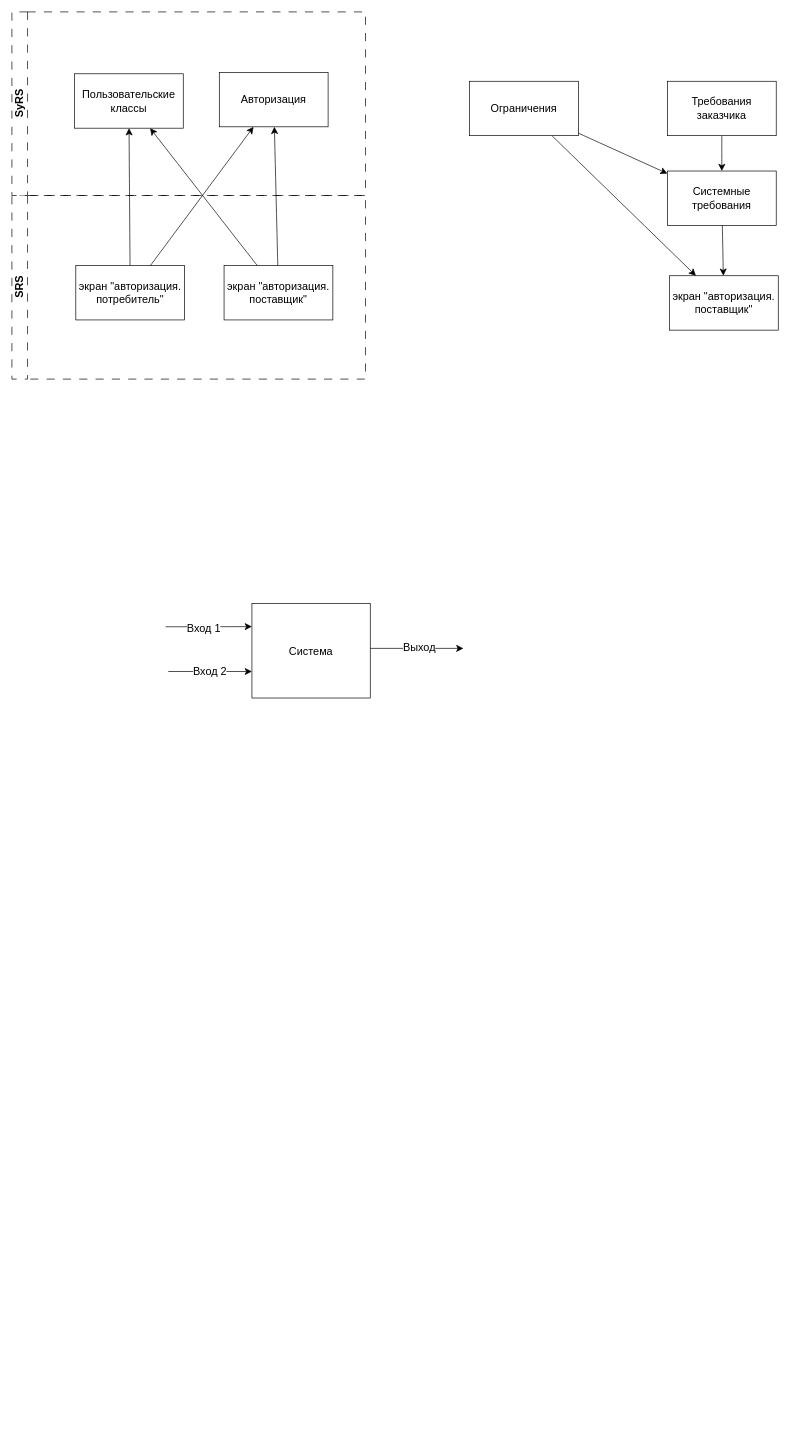
careock/diagrams keeps this draw.io diagram as page "SyRS" (4 of 5) of gudeline.drawio. Above is the earlier version. Source tidied: cells renumbered, new cells numbered last; positions are measured from the earlier drawing's top-left corner, leaving out a move shared by most shapes. Both pictures are drawn from the tidied source at 68%, with x=0, y=0 at pixel (12, 12).
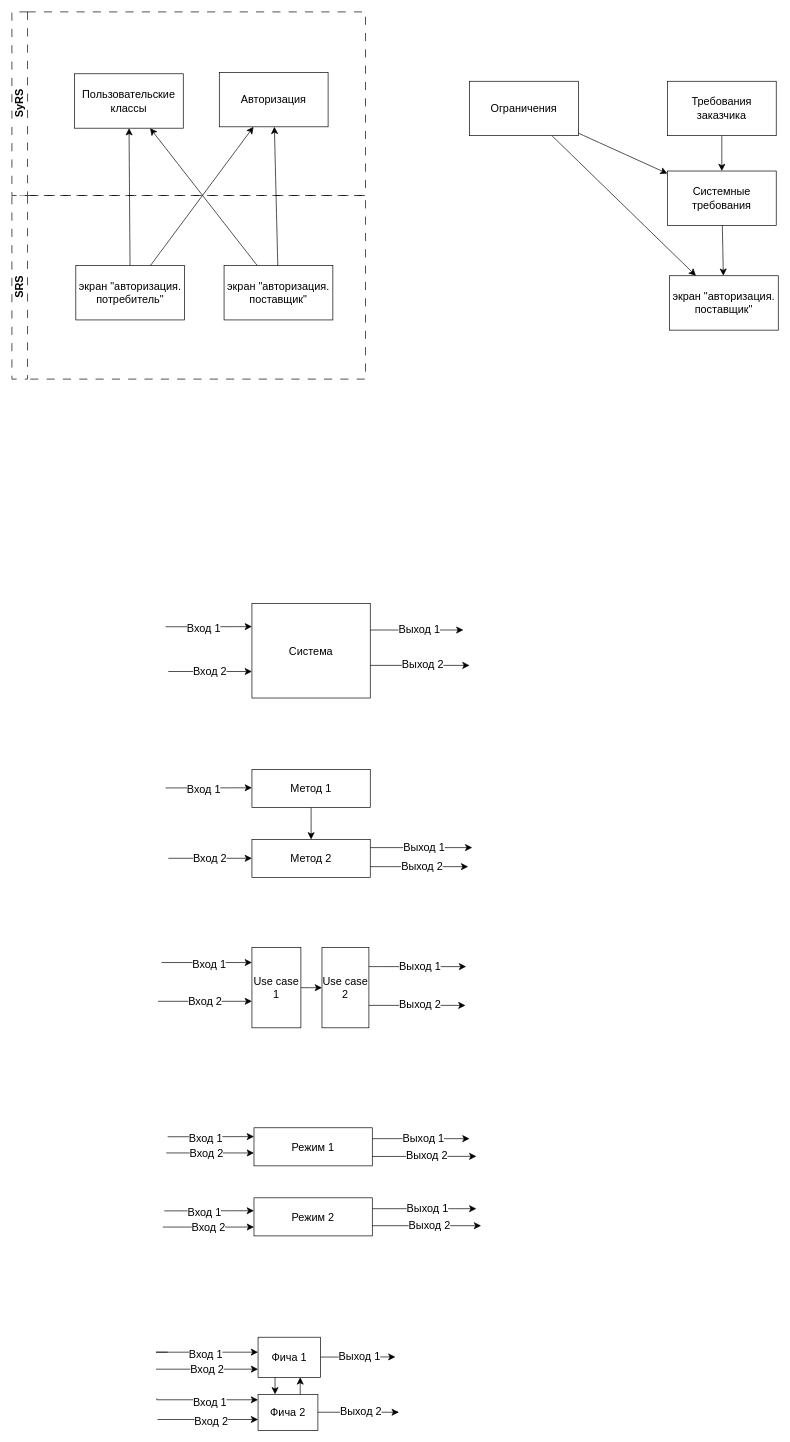
After the change.

The change refers to these unchanged cells:
```xml
<mxCell id="20" value="Система" style="rounded=0;whiteSpace=wrap;html=1;fontSize=16;" parent="1" vertex="1">
  <mxGeometry x="353" y="870" width="174" height="139" as="geometry" />
</mxCell>
```

Change to the diagram source:
```diff
@@
     <mxCell id="25" style="endArrow=classic;html=1;rounded=0;fontSize=12;startSize=8;endSize=8;edgeStyle=elbowEdgeStyle;elbow=vertical;" parent="1" edge="1">
       <mxGeometry relative="1" as="geometry">
-        <mxPoint x="527" y="936" as="sourcePoint" />
-        <mxPoint x="664" y="936" as="targetPoint" />
+        <mxPoint x="527" y="909" as="sourcePoint" />
+        <mxPoint x="664" y="909" as="targetPoint" />
         <Array as="points">
-          <mxPoint x="622" y="936" />
+          <mxPoint x="622" y="909" />
         </Array>
       </mxGeometry>
     </mxCell>
-    <mxCell id="26" value="Выход" style="edgeLabel;html=1;align=center;verticalAlign=middle;fontSize=16;" parent="25" vertex="1">
+    <mxCell id="26" value="Выход 1" style="edgeLabel;html=1;align=center;verticalAlign=middle;fontSize=16;" parent="25" vertex="1">
       <mxGeometry x="0.04" y="2" relative="1" as="geometry" />
     </mxCell>
+    <mxCell id="27" style="edgeStyle=none;curved=1;rounded=0;jettySize=auto;html=1;fontSize=12;startSize=8;endSize=8;" parent="1" edge="1" source="28" target="35">
+      <mxGeometry relative="1" as="geometry" />
+    </mxCell>
+    <mxCell id="28" value="Метод 1" style="rounded=0;whiteSpace=wrap;html=1;fontSize=16;" parent="1" vertex="1">
+      <mxGeometry x="353" y="1114" width="174" height="56" as="geometry" />
+    </mxCell>
+    <mxCell id="29" style="endArrow=classic;html=1;rounded=0;fontSize=12;startSize=8;endSize=8;edgeStyle=elbowEdgeStyle;elbow=horizontal;" parent="1" edge="1">
+      <mxGeometry relative="1" as="geometry">
+        <mxPoint x="226" y="1141.2" as="sourcePoint" />
+        <mxPoint x="353" y="1141" as="targetPoint" />
+      </mxGeometry>
+    </mxCell>
+    <mxCell id="30" value="Вход 1" style="edgeLabel;html=1;align=center;verticalAlign=middle;fontSize=16;" parent="29" vertex="1">
+      <mxGeometry x="0.17" y="-1" relative="1" as="geometry">
+        <mxPoint x="-18" as="offset" />
+      </mxGeometry>
+    </mxCell>
+    <mxCell id="31" style="endArrow=classic;html=1;rounded=0;fontSize=12;startSize=8;endSize=8;edgeStyle=elbowEdgeStyle;elbow=vertical;" parent="1" edge="1">
+      <mxGeometry relative="1" as="geometry">
+        <mxPoint x="230" y="1244.7" as="sourcePoint" />
+        <mxPoint x="353" y="1244.7" as="targetPoint" />
+        <Array as="points">
+          <mxPoint x="311" y="1244.7" />
+        </Array>
+      </mxGeometry>
+    </mxCell>
+    <mxCell id="32" value="Вход 2" style="edgeLabel;html=1;align=center;verticalAlign=middle;fontSize=16;" parent="31" vertex="1">
+      <mxGeometry x="-0.02" y="1" relative="1" as="geometry" />
+    </mxCell>
+    <mxCell id="33" style="endArrow=classic;html=1;rounded=0;fontSize=12;startSize=8;endSize=8;edgeStyle=elbowEdgeStyle;elbow=vertical;" parent="1" edge="1">
+      <mxGeometry relative="1" as="geometry">
+        <mxPoint x="527" y="1229" as="sourcePoint" />
+        <mxPoint x="677" y="1229.3" as="targetPoint" />
+      </mxGeometry>
+    </mxCell>
+    <mxCell id="34" value="Выход 1" style="edgeLabel;html=1;align=center;verticalAlign=middle;fontSize=16;" parent="33" vertex="1">
+      <mxGeometry x="0.04" y="2" relative="1" as="geometry" />
+    </mxCell>
+    <mxCell id="35" value="Метод 2" style="rounded=0;whiteSpace=wrap;html=1;fontSize=16;" parent="1" vertex="1">
+      <mxGeometry x="353" y="1217" width="174" height="56" as="geometry" />
+    </mxCell>
+    <mxCell id="36" style="endArrow=classic;html=1;rounded=0;fontSize=12;startSize=8;endSize=8;edgeStyle=elbowEdgeStyle;elbow=vertical;" parent="1" edge="1">
+      <mxGeometry relative="1" as="geometry">
+        <mxPoint x="215" y="1455" as="sourcePoint" />
+        <mxPoint x="353" y="1455" as="targetPoint" />
+        <Array as="points">
+          <mxPoint x="296" y="1455" />
+        </Array>
+      </mxGeometry>
+    </mxCell>
+    <mxCell id="37" value="Вход 2" style="edgeLabel;html=1;align=center;verticalAlign=middle;fontSize=16;" parent="36" vertex="1">
+      <mxGeometry x="-0.02" y="1" relative="1" as="geometry" />
+    </mxCell>
+    <mxCell id="38" style="edgeStyle=none;curved=1;rounded=0;jettySize=auto;html=1;fontSize=12;startSize=8;endSize=8;" parent="1" edge="1" source="39" target="40">
+      <mxGeometry relative="1" as="geometry" />
+    </mxCell>
+    <mxCell id="39" value="Use case 1" style="rounded=0;whiteSpace=wrap;html=1;fontSize=16;" parent="1" vertex="1">
+      <mxGeometry x="353" y="1376" width="72" height="118" as="geometry" />
+    </mxCell>
+    <mxCell id="40" value="Use case 2" style="rounded=0;whiteSpace=wrap;html=1;fontSize=16;" parent="1" vertex="1">
+      <mxGeometry x="456" y="1376" width="69" height="118" as="geometry" />
+    </mxCell>
+    <mxCell id="41" style="endArrow=classic;html=1;rounded=0;fontSize=12;startSize=8;endSize=8;edgeStyle=elbowEdgeStyle;elbow=vertical;" parent="1" edge="1" source="40">
+      <mxGeometry relative="1" as="geometry">
+        <mxPoint x="668" y="1404" as="targetPoint" />
+        <Array as="points">
+          <mxPoint x="546" y="1404" />
+        </Array>
+      </mxGeometry>
+    </mxCell>
+    <mxCell id="42" value="Выход 1" style="edgeLabel;html=1;align=center;verticalAlign=middle;fontSize=16;" parent="41" vertex="1">
+      <mxGeometry x="0.04" y="2" relative="1" as="geometry" />
+    </mxCell>
+    <mxCell id="43" style="endArrow=classic;html=1;rounded=0;fontSize=12;startSize=8;endSize=8;edgeStyle=elbowEdgeStyle;elbow=vertical;" parent="1" edge="1" target="39">
+      <mxGeometry relative="1" as="geometry">
+        <mxPoint x="220" y="1398" as="sourcePoint" />
+      </mxGeometry>
+    </mxCell>
+    <mxCell id="44" value="Вход 1" style="edgeLabel;html=1;align=center;verticalAlign=middle;fontSize=16;" parent="43" vertex="1">
+      <mxGeometry x="0.17" y="-1" relative="1" as="geometry">
+        <mxPoint x="-9" y="1" as="offset" />
+      </mxGeometry>
+    </mxCell>
+    <mxCell id="45" value="Режим 1" style="rounded=0;whiteSpace=wrap;html=1;fontSize=16;" parent="1" vertex="1">
+      <mxGeometry x="356" y="1641" width="174" height="56" as="geometry" />
+    </mxCell>
+    <mxCell id="46" style="endArrow=classic;html=1;rounded=0;fontSize=12;startSize=8;endSize=8;edgeStyle=elbowEdgeStyle;elbow=vertical;" parent="1" edge="1">
+      <mxGeometry relative="1" as="geometry">
+        <mxPoint x="229" y="1654.2" as="sourcePoint" />
+        <mxPoint x="356" y="1654" as="targetPoint" />
+      </mxGeometry>
+    </mxCell>
+    <mxCell id="47" value="Вход 1" style="edgeLabel;html=1;align=center;verticalAlign=middle;fontSize=16;" parent="46" vertex="1">
+      <mxGeometry x="0.17" y="-1" relative="1" as="geometry">
+        <mxPoint x="-18" as="offset" />
+      </mxGeometry>
+    </mxCell>
+    <mxCell id="48" style="endArrow=classic;html=1;rounded=0;fontSize=12;startSize=8;endSize=8;edgeStyle=elbowEdgeStyle;elbow=vertical;" parent="1" edge="1" target="45">
+      <mxGeometry relative="1" as="geometry">
+        <mxPoint x="227" y="1678" as="sourcePoint" />
+      </mxGeometry>
+    </mxCell>
+    <mxCell id="49" value="Вход 2" style="edgeLabel;html=1;align=center;verticalAlign=middle;fontSize=16;" parent="48" vertex="1">
+      <mxGeometry x="-0.02" y="1" relative="1" as="geometry">
+        <mxPoint x="-5" y="1" as="offset" />
+      </mxGeometry>
+    </mxCell>
+    <mxCell id="50" style="endArrow=classic;html=1;rounded=0;fontSize=12;startSize=8;endSize=8;edgeStyle=elbowEdgeStyle;elbow=vertical;" parent="1" edge="1" source="45">
+      <mxGeometry relative="1" as="geometry">
+        <mxPoint x="673" y="1657" as="targetPoint" />
+      </mxGeometry>
+    </mxCell>
+    <mxCell id="51" value="Выход 1" style="edgeLabel;html=1;align=center;verticalAlign=middle;fontSize=16;" parent="50" vertex="1">
+      <mxGeometry x="0.04" y="2" relative="1" as="geometry" />
+    </mxCell>
+    <mxCell id="52" value="Режим 2" style="rounded=0;whiteSpace=wrap;html=1;fontSize=16;" parent="1" vertex="1">
+      <mxGeometry x="356" y="1744" width="174" height="56" as="geometry" />
+    </mxCell>
+    <mxCell id="53" style="endArrow=classic;html=1;rounded=0;fontSize=12;startSize=8;endSize=8;edgeStyle=elbowEdgeStyle;elbow=vertical;" parent="1" edge="1" target="52">
+      <mxGeometry relative="1" as="geometry">
+        <mxPoint x="224" y="1763.2" as="sourcePoint" />
+      </mxGeometry>
+    </mxCell>
+    <mxCell id="54" value="Вход 1" style="edgeLabel;html=1;align=center;verticalAlign=middle;fontSize=16;" parent="53" vertex="1">
+      <mxGeometry x="0.17" y="-1" relative="1" as="geometry">
+        <mxPoint x="-18" as="offset" />
+      </mxGeometry>
+    </mxCell>
+    <mxCell id="55" style="endArrow=classic;html=1;rounded=0;fontSize=12;startSize=8;endSize=8;edgeStyle=elbowEdgeStyle;elbow=vertical;" parent="1" edge="1" target="52">
+      <mxGeometry relative="1" as="geometry">
+        <mxPoint x="222" y="1787" as="sourcePoint" />
+      </mxGeometry>
+    </mxCell>
+    <mxCell id="56" value="Вход 2" style="edgeLabel;html=1;align=center;verticalAlign=middle;fontSize=16;" parent="55" vertex="1">
+      <mxGeometry x="-0.02" y="1" relative="1" as="geometry" />
+    </mxCell>
+    <mxCell id="57" style="endArrow=classic;html=1;rounded=0;fontSize=12;startSize=8;endSize=8;edgeStyle=elbowEdgeStyle;elbow=vertical;" parent="1" edge="1">
+      <mxGeometry relative="1" as="geometry">
+        <mxPoint x="530" y="1760" as="sourcePoint" />
+        <mxPoint x="683" y="1760.3" as="targetPoint" />
+        <Array as="points">
+          <mxPoint x="665" y="1760" />
+        </Array>
+      </mxGeometry>
+    </mxCell>
+    <mxCell id="58" value="Выход 1" style="edgeLabel;html=1;align=center;verticalAlign=middle;fontSize=16;" parent="57" vertex="1">
+      <mxGeometry x="0.04" y="2" relative="1" as="geometry" />
+    </mxCell>
+    <mxCell id="59" style="endArrow=classic;html=1;rounded=0;fontSize=12;startSize=8;endSize=8;edgeStyle=elbowEdgeStyle;elbow=vertical;" parent="1" edge="1" target="62">
+      <mxGeometry relative="1" as="geometry">
+        <mxPoint x="212" y="1996" as="sourcePoint" />
+        <Array as="points">
+          <mxPoint x="293" y="1996" />
+        </Array>
+      </mxGeometry>
+    </mxCell>
+    <mxCell id="60" value="Вход 2" style="edgeLabel;html=1;align=center;verticalAlign=middle;fontSize=16;" parent="59" vertex="1">
+      <mxGeometry x="-0.02" y="1" relative="1" as="geometry" />
+    </mxCell>
+    <mxCell id="61" style="edgeStyle=elbowEdgeStyle;rounded=0;jettySize=auto;html=1;fontSize=12;startSize=8;endSize=8;" parent="1" edge="1" source="62" target="63">
+      <mxGeometry relative="1" as="geometry">
+        <Array as="points">
+          <mxPoint x="387" y="2022" />
+        </Array>
+      </mxGeometry>
+    </mxCell>
+    <mxCell id="62" value="Фича 1" style="rounded=0;whiteSpace=wrap;html=1;fontSize=16;" parent="1" vertex="1">
+      <mxGeometry x="362" y="1949" width="92" height="59" as="geometry" />
+    </mxCell>
+    <mxCell id="63" value="Фича 2" style="rounded=0;whiteSpace=wrap;html=1;fontSize=16;" parent="1" vertex="1">
+      <mxGeometry x="362" y="2033" width="88" height="53" as="geometry" />
+    </mxCell>
+    <mxCell id="64" style="endArrow=classic;html=1;rounded=0;fontSize=12;startSize=8;endSize=8;edgeStyle=elbowEdgeStyle;elbow=vertical;" parent="1" edge="1">
+      <mxGeometry relative="1" as="geometry">
+        <mxPoint x="450" y="2059.3" as="sourcePoint" />
+        <mxPoint x="569" y="2059.3" as="targetPoint" />
+        <Array as="points">
+          <mxPoint x="568" y="2059.3" />
+        </Array>
+      </mxGeometry>
+    </mxCell>
+    <mxCell id="65" value="Выход 2" style="edgeLabel;html=1;align=center;verticalAlign=middle;fontSize=16;" parent="64" vertex="1">
+      <mxGeometry x="0.04" y="2" relative="1" as="geometry" />
+    </mxCell>
+    <mxCell id="66" style="endArrow=classic;html=1;rounded=0;fontSize=12;startSize=8;endSize=8;edgeStyle=elbowEdgeStyle;elbow=vertical;" parent="1" edge="1" target="62">
+      <mxGeometry relative="1" as="geometry">
+        <mxPoint x="229" y="1971" as="sourcePoint" />
+        <Array as="points">
+          <mxPoint x="212" y="1971" />
+        </Array>
+      </mxGeometry>
+    </mxCell>
+    <mxCell id="67" value="Вход 1" style="edgeLabel;html=1;align=center;verticalAlign=middle;fontSize=16;" parent="66" vertex="1">
+      <mxGeometry x="0.17" y="-1" relative="1" as="geometry">
+        <mxPoint x="-9" y="1" as="offset" />
+      </mxGeometry>
+    </mxCell>
+    <mxCell id="68" style="endArrow=classic;html=1;rounded=0;fontSize=12;startSize=8;endSize=8;edgeStyle=elbowEdgeStyle;elbow=vertical;" parent="1" edge="1" target="63">
+      <mxGeometry relative="1" as="geometry">
+        <mxPoint x="213" y="2039" as="sourcePoint" />
+        <Array as="points">
+          <mxPoint x="231" y="2041" />
+        </Array>
+      </mxGeometry>
+    </mxCell>
+    <mxCell id="69" value="Вход 1" style="edgeLabel;html=1;align=center;verticalAlign=middle;fontSize=16;" parent="68" vertex="1">
+      <mxGeometry x="0.17" y="-1" relative="1" as="geometry">
+        <mxPoint x="-9" y="1" as="offset" />
+      </mxGeometry>
+    </mxCell>
+    <mxCell id="70" style="endArrow=classic;html=1;rounded=0;fontSize=12;startSize=8;endSize=8;edgeStyle=elbowEdgeStyle;elbow=horizontal;" parent="1" edge="1" target="63">
+      <mxGeometry relative="1" as="geometry">
+        <mxPoint x="214" y="2070" as="sourcePoint" />
+        <Array as="points">
+          <mxPoint x="225" y="2070" />
+        </Array>
+      </mxGeometry>
+    </mxCell>
+    <mxCell id="71" value="Вход 2" style="edgeLabel;html=1;align=center;verticalAlign=middle;fontSize=16;" parent="70" vertex="1">
+      <mxGeometry x="0.17" y="-1" relative="1" as="geometry">
+        <mxPoint x="-9" y="1" as="offset" />
+      </mxGeometry>
+    </mxCell>
+    <mxCell id="72" style="edgeStyle=elbowEdgeStyle;rounded=0;jettySize=auto;html=1;fontSize=12;startSize=8;endSize=8;" parent="1" edge="1" source="63" target="62">
+      <mxGeometry relative="1" as="geometry">
+        <Array as="points">
+          <mxPoint x="424" y="2021" />
+        </Array>
+      </mxGeometry>
+    </mxCell>
+    <mxCell id="73" style="endArrow=classic;html=1;rounded=0;fontSize=12;startSize=8;endSize=8;edgeStyle=elbowEdgeStyle;elbow=vertical;" parent="1" edge="1">
+      <mxGeometry relative="1" as="geometry">
+        <mxPoint x="454" y="1978.2" as="sourcePoint" />
+        <mxPoint x="564" y="1978" as="targetPoint" />
+      </mxGeometry>
+    </mxCell>
+    <mxCell id="74" value="Выход 1" style="edgeLabel;html=1;align=center;verticalAlign=middle;fontSize=16;" parent="73" vertex="1">
+      <mxGeometry x="0.04" y="2" relative="1" as="geometry" />
+    </mxCell>
+    <mxCell id="75" style="endArrow=classic;html=1;rounded=0;fontSize=12;startSize=8;endSize=8;edgeStyle=elbowEdgeStyle;elbow=vertical;" parent="1" edge="1" source="20">
+      <mxGeometry relative="1" as="geometry">
+        <mxPoint x="673" y="961" as="targetPoint" />
+        <Array as="points">
+          <mxPoint x="631" y="961" />
+        </Array>
+      </mxGeometry>
+    </mxCell>
+    <mxCell id="76" value="Выход 2" style="edgeLabel;html=1;align=center;verticalAlign=middle;fontSize=16;" parent="75" vertex="1">
+      <mxGeometry x="0.04" y="2" relative="1" as="geometry" />
+    </mxCell>
+    <mxCell id="77" style="endArrow=classic;html=1;rounded=0;fontSize=12;startSize=8;endSize=8;edgeStyle=elbowEdgeStyle;elbow=vertical;" parent="1" edge="1" source="35">
+      <mxGeometry relative="1" as="geometry">
+        <mxPoint x="671" y="1257" as="targetPoint" />
+        <Array as="points">
+          <mxPoint x="549" y="1257" />
+          <mxPoint x="668" y="1244.6" />
+        </Array>
+      </mxGeometry>
+    </mxCell>
+    <mxCell id="78" value="Выход 2" style="edgeLabel;html=1;align=center;verticalAlign=middle;fontSize=16;" parent="77" vertex="1">
+      <mxGeometry x="0.04" y="2" relative="1" as="geometry" />
+    </mxCell>
+    <mxCell id="79" style="endArrow=classic;html=1;rounded=0;fontSize=12;startSize=8;endSize=8;edgeStyle=elbowEdgeStyle;elbow=vertical;" parent="1" edge="1" source="40">
+      <mxGeometry relative="1" as="geometry">
+        <mxPoint x="667" y="1461" as="targetPoint" />
+        <Array as="points">
+          <mxPoint x="653" y="1461" />
+        </Array>
+      </mxGeometry>
+    </mxCell>
+    <mxCell id="80" value="Выход 2" style="edgeLabel;html=1;align=center;verticalAlign=middle;fontSize=16;" parent="79" vertex="1">
+      <mxGeometry x="0.04" y="2" relative="1" as="geometry" />
+    </mxCell>
+    <mxCell id="81" style="endArrow=classic;html=1;rounded=0;fontSize=12;startSize=8;endSize=8;edgeStyle=elbowEdgeStyle;elbow=vertical;" parent="1" edge="1">
+      <mxGeometry relative="1" as="geometry">
+        <mxPoint x="530" y="1683.2" as="sourcePoint" />
+        <mxPoint x="683" y="1683" as="targetPoint" />
+      </mxGeometry>
+    </mxCell>
+    <mxCell id="82" value="Выход 2" style="edgeLabel;html=1;align=center;verticalAlign=middle;fontSize=16;" parent="81" vertex="1">
+      <mxGeometry x="0.04" y="2" relative="1" as="geometry" />
+    </mxCell>
+    <mxCell id="83" style="endArrow=classic;html=1;rounded=0;fontSize=12;startSize=8;endSize=8;edgeStyle=elbowEdgeStyle;elbow=vertical;" parent="1" edge="1">
+      <mxGeometry relative="1" as="geometry">
+        <mxPoint x="530" y="1785" as="sourcePoint" />
+        <mxPoint x="690" y="1784.8" as="targetPoint" />
+      </mxGeometry>
+    </mxCell>
+    <mxCell id="84" value="Выход 2" style="edgeLabel;html=1;align=center;verticalAlign=middle;fontSize=16;" parent="83" vertex="1">
+      <mxGeometry x="0.04" y="2" relative="1" as="geometry" />
+    </mxCell>
```
